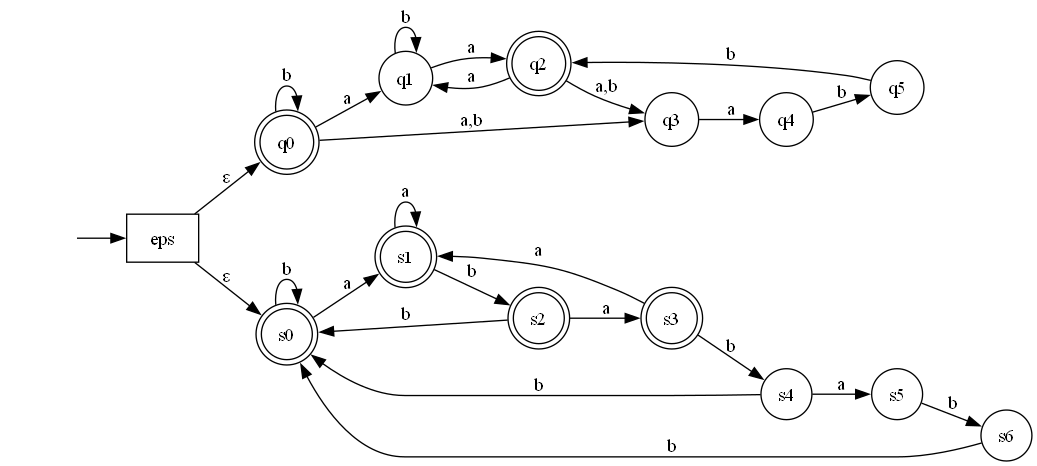
The Graphviz diagram lab2/AFA.png in dm800/TFLlabs, before a commit. Its source is kept beside it as lab2/AFA.dot.
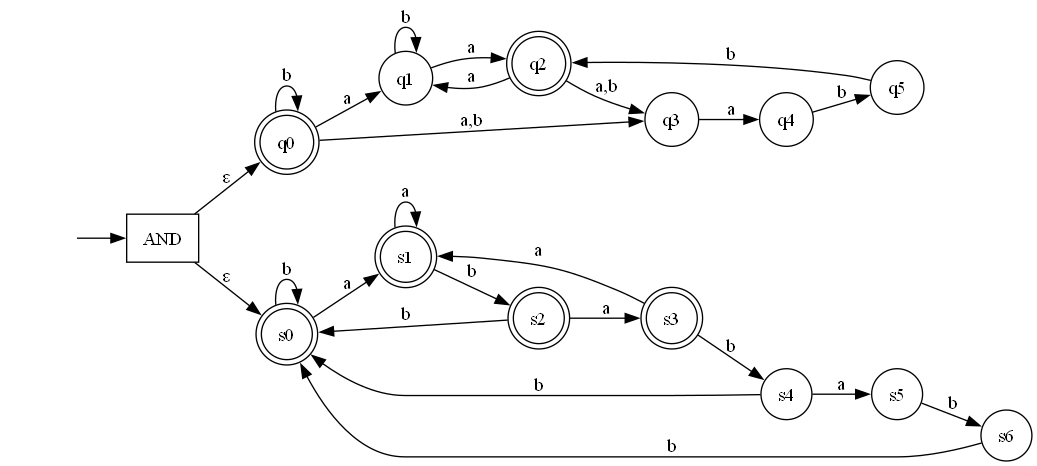
Above is the later version.

What changed in the source:
```diff
@@ -1,7 +1,7 @@
 digraph NFA {
     rankdir=LR;
     start [shape=none,label=""];
-    start -> eps;
+    start -> AND;
 
     node [shape=circle];
 
@@ -11,9 +11,9 @@
     s1 [shape=doublecircle];
     s2 [shape=doublecircle];
     s3 [shape=doublecircle];
-    eps [shape=rectangle];
+    AND [shape=rectangle];
 
-    eps -> s0 [label="ε"];
+    AND -> s0 [label="ε"];
     s0 -> s1 [label="a"];
     s0 -> s0 [label="b"];
     s1 -> s2 [label="b"];
@@ -27,7 +27,7 @@
     s5 -> s6 [label="b"];
     s6 -> s0 [label="b"];
 
-    eps -> q0 [label="ε"];
+    AND -> q0 [label="ε"];
     q0 -> q1 [label="a"];
     q0 -> q3 [label="a,b"];
     q0 -> q0 [label="b"];
```
